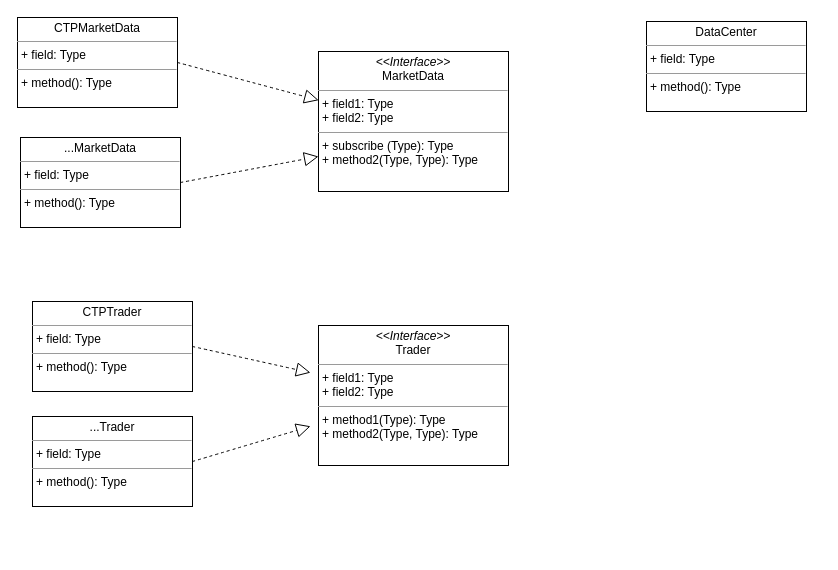
The draw.io diagram temp.drawio in githubLogger/ProjectDocument, before the edit. Source tidied: cells renumbered, new cells numbered last; positions are measured from the earlier drawing's top-left corner, leaving out a move shared by most shapes. Both pictures are drawn from the tidied source at 100%, with x=0, y=0 at pixel (17, 17).
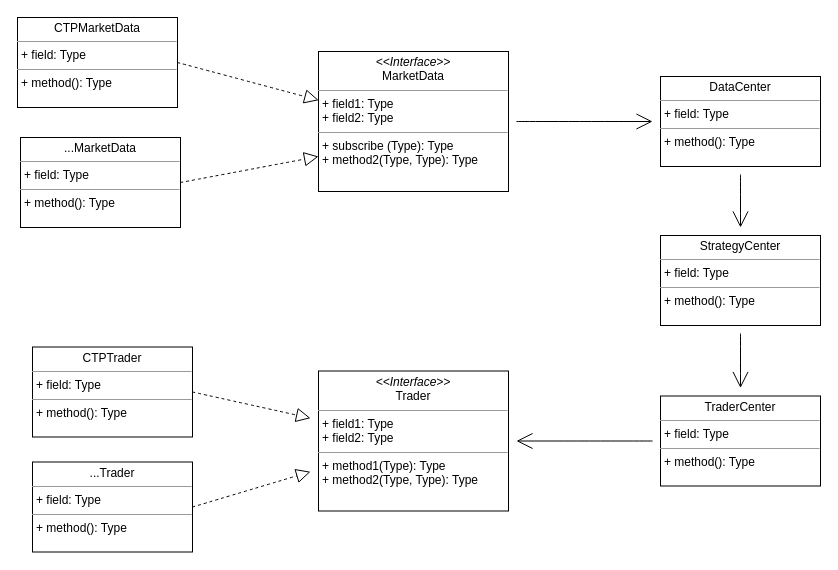
After the change.

What changed in the source:
```diff
@@
 <mxGraphModel>
   <root>
     <mxCell id="0" />
     <mxCell id="1" parent="0" />
+    <mxCell id="13" style="edgeStyle=none;curved=1;rounded=0;jettySize=auto;html=1;endArrow=open;startSize=14;endSize=14;sourcePerimeterSpacing=8;targetPerimeterSpacing=8;" parent="1" edge="1" source="2" target="5">
+      <mxGeometry relative="1" as="geometry" />
+    </mxCell>
     <mxCell id="2" value="&lt;p style=&quot;margin:0px;margin-top:4px;text-align:center;&quot;&gt;&lt;i&gt;&amp;lt;&amp;lt;Interface&amp;gt;&amp;gt;&lt;/i&gt;&lt;br&gt;MarketData&lt;/p&gt;&lt;hr size=&quot;1&quot;&gt;&lt;p style=&quot;margin:0px;margin-left:4px;&quot;&gt;+ field1: Type&lt;br&gt;+ field2: Type&lt;/p&gt;&lt;hr size=&quot;1&quot;&gt;&lt;p style=&quot;margin:0px;margin-left:4px;&quot;&gt;+ subscribe&amp;nbsp;(Type): Type&lt;br&gt;+ method2(Type, Type): Type&lt;/p&gt;" style="verticalAlign=top;align=left;overflow=fill;fontSize=12;fontFamily=Helvetica;html=1;hachureGap=4;" parent="1" vertex="1">
       <mxGeometry x="301" y="34" width="190" height="140" as="geometry" />
     </mxCell>
     <mxCell id="3" value="&lt;p style=&quot;margin:0px;margin-top:4px;text-align:center;&quot;&gt;CTPMarketData&lt;br&gt;&lt;/p&gt;&lt;hr size=&quot;1&quot;&gt;&lt;p style=&quot;margin:0px;margin-left:4px;&quot;&gt;+ field: Type&lt;/p&gt;&lt;hr size=&quot;1&quot;&gt;&lt;p style=&quot;margin:0px;margin-left:4px;&quot;&gt;+ method(): Type&lt;/p&gt;" style="verticalAlign=top;align=left;overflow=fill;fontSize=12;fontFamily=Helvetica;html=1;hachureGap=4;" parent="1" vertex="1">
       <mxGeometry width="160" height="90" as="geometry" />
     </mxCell>
     <mxCell id="4" value="&lt;p style=&quot;margin:0px;margin-top:4px;text-align:center;&quot;&gt;...MarketData&lt;br&gt;&lt;/p&gt;&lt;hr size=&quot;1&quot;&gt;&lt;p style=&quot;margin:0px;margin-left:4px;&quot;&gt;+ field: Type&lt;/p&gt;&lt;hr size=&quot;1&quot;&gt;&lt;p style=&quot;margin:0px;margin-left:4px;&quot;&gt;+ method(): Type&lt;/p&gt;" style="verticalAlign=top;align=left;overflow=fill;fontSize=12;fontFamily=Helvetica;html=1;hachureGap=4;" parent="1" vertex="1">
       <mxGeometry x="3" y="120" width="160" height="90" as="geometry" />
     </mxCell>
+    <mxCell id="14" style="edgeStyle=none;curved=1;rounded=0;jettySize=auto;html=1;endArrow=open;startSize=14;endSize=14;sourcePerimeterSpacing=8;targetPerimeterSpacing=8;" parent="1" edge="1" source="5" target="16">
+      <mxGeometry relative="1" as="geometry" />
+    </mxCell>
     <mxCell id="5" value="&lt;p style=&quot;margin:0px;margin-top:4px;text-align:center;&quot;&gt;DataCenter&lt;br&gt;&lt;/p&gt;&lt;hr size=&quot;1&quot;&gt;&lt;p style=&quot;margin:0px;margin-left:4px;&quot;&gt;+ field: Type&lt;/p&gt;&lt;hr size=&quot;1&quot;&gt;&lt;p style=&quot;margin:0px;margin-left:4px;&quot;&gt;+ method(): Type&lt;/p&gt;" style="verticalAlign=top;align=left;overflow=fill;fontSize=12;fontFamily=Helvetica;html=1;hachureGap=4;" parent="1" vertex="1">
-      <mxGeometry x="629" y="4" width="160" height="90" as="geometry" />
+      <mxGeometry x="643" y="59" width="160" height="90" as="geometry" />
     </mxCell>
     <mxCell id="6" value="&lt;p style=&quot;margin:0px;margin-top:4px;text-align:center;&quot;&gt;&lt;i&gt;&amp;lt;&amp;lt;Interface&amp;gt;&amp;gt;&lt;/i&gt;&lt;br&gt;Trader&lt;/p&gt;&lt;hr size=&quot;1&quot;&gt;&lt;p style=&quot;margin:0px;margin-left:4px;&quot;&gt;+ field1: Type&lt;br&gt;+ field2: Type&lt;/p&gt;&lt;hr size=&quot;1&quot;&gt;&lt;p style=&quot;margin:0px;margin-left:4px;&quot;&gt;+ method1(Type): Type&lt;br&gt;+ method2(Type, Type): Type&lt;/p&gt;" style="verticalAlign=top;align=left;overflow=fill;fontSize=12;fontFamily=Helvetica;html=1;hachureGap=4;" parent="1" vertex="1">
-      <mxGeometry x="301" y="308" width="190" height="140" as="geometry" />
+      <mxGeometry x="301" y="353.5" width="190" height="140" as="geometry" />
     </mxCell>
     <mxCell id="7" value="&lt;p style=&quot;margin:0px;margin-top:4px;text-align:center;&quot;&gt;CTPTrader&lt;/p&gt;&lt;hr size=&quot;1&quot;&gt;&lt;p style=&quot;margin:0px;margin-left:4px;&quot;&gt;+ field: Type&lt;/p&gt;&lt;hr size=&quot;1&quot;&gt;&lt;p style=&quot;margin:0px;margin-left:4px;&quot;&gt;+ method(): Type&lt;/p&gt;" style="verticalAlign=top;align=left;overflow=fill;fontSize=12;fontFamily=Helvetica;html=1;hachureGap=4;" parent="1" vertex="1">
-      <mxGeometry x="15" y="284" width="160" height="90" as="geometry" />
+      <mxGeometry x="15" y="329.5" width="160" height="90" as="geometry" />
     </mxCell>
     <mxCell id="8" value="&lt;p style=&quot;margin:0px;margin-top:4px;text-align:center;&quot;&gt;...Trader&lt;/p&gt;&lt;hr size=&quot;1&quot;&gt;&lt;p style=&quot;margin:0px;margin-left:4px;&quot;&gt;+ field: Type&lt;/p&gt;&lt;hr size=&quot;1&quot;&gt;&lt;p style=&quot;margin:0px;margin-left:4px;&quot;&gt;+ method(): Type&lt;/p&gt;" style="verticalAlign=top;align=left;overflow=fill;fontSize=12;fontFamily=Helvetica;html=1;hachureGap=4;" parent="1" vertex="1">
-      <mxGeometry x="15" y="399" width="160" height="90" as="geometry" />
+      <mxGeometry x="15" y="444.5" width="160" height="90" as="geometry" />
     </mxCell>
     <mxCell id="9" style="endArrow=block;dashed=1;endFill=0;endSize=12;html=1;rounded=0;sourcePerimeterSpacing=8;targetPerimeterSpacing=8;curved=1;exitX=1;exitY=0.5;exitDx=0;exitDy=0;entryX=0.001;entryY=0.348;entryDx=0;entryDy=0;entryPerimeter=0;" parent="1" edge="1" source="3" target="2">
       <mxGeometry relative="1" as="geometry" />
     </mxCell>
     <mxCell id="10" style="endArrow=block;dashed=1;endFill=0;endSize=12;html=1;rounded=0;sourcePerimeterSpacing=8;targetPerimeterSpacing=8;curved=1;exitX=1;exitY=0.5;exitDx=0;exitDy=0;entryX=0;entryY=0.75;entryDx=0;entryDy=0;" parent="1" edge="1" source="4" target="2">
       <mxGeometry relative="1" as="geometry" />
     </mxCell>
     <mxCell id="11" style="endArrow=block;dashed=1;endFill=0;endSize=12;html=1;rounded=0;sourcePerimeterSpacing=8;targetPerimeterSpacing=8;curved=1;exitX=1;exitY=0.5;exitDx=0;exitDy=0;" parent="1" edge="1" source="7" target="6">
       <mxGeometry relative="1" as="geometry" />
     </mxCell>
     <mxCell id="12" style="endArrow=block;dashed=1;endFill=0;endSize=12;html=1;rounded=0;sourcePerimeterSpacing=8;targetPerimeterSpacing=8;curved=1;exitX=1;exitY=0.5;exitDx=0;exitDy=0;" parent="1" edge="1" source="8" target="6">
       <mxGeometry relative="1" as="geometry" />
     </mxCell>
+    <mxCell id="15" style="edgeStyle=none;curved=1;rounded=0;jettySize=auto;html=1;endArrow=open;startSize=14;endSize=14;sourcePerimeterSpacing=8;targetPerimeterSpacing=8;" parent="1" edge="1" source="16" target="18">
+      <mxGeometry relative="1" as="geometry" />
+    </mxCell>
+    <mxCell id="16" value="&lt;p style=&quot;margin:0px;margin-top:4px;text-align:center;&quot;&gt;StrategyCenter&lt;br&gt;&lt;/p&gt;&lt;hr size=&quot;1&quot;&gt;&lt;p style=&quot;margin:0px;margin-left:4px;&quot;&gt;+ field: Type&lt;/p&gt;&lt;hr size=&quot;1&quot;&gt;&lt;p style=&quot;margin:0px;margin-left:4px;&quot;&gt;+ method(): Type&lt;/p&gt;" style="verticalAlign=top;align=left;overflow=fill;fontSize=12;fontFamily=Helvetica;html=1;hachureGap=4;" parent="1" vertex="1">
+      <mxGeometry x="643" y="218" width="160" height="90" as="geometry" />
+    </mxCell>
+    <mxCell id="17" style="edgeStyle=none;curved=1;rounded=0;jettySize=auto;html=1;endArrow=open;startSize=14;endSize=14;sourcePerimeterSpacing=8;targetPerimeterSpacing=8;" parent="1" edge="1" source="18" target="6">
+      <mxGeometry relative="1" as="geometry" />
+    </mxCell>
+    <mxCell id="18" value="&lt;p style=&quot;margin:0px;margin-top:4px;text-align:center;&quot;&gt;Trader&lt;span style=&quot;background-color: initial;&quot;&gt;Center&lt;/span&gt;&lt;/p&gt;&lt;hr size=&quot;1&quot;&gt;&lt;p style=&quot;margin:0px;margin-left:4px;&quot;&gt;+ field: Type&lt;/p&gt;&lt;hr size=&quot;1&quot;&gt;&lt;p style=&quot;margin:0px;margin-left:4px;&quot;&gt;+ method(): Type&lt;/p&gt;" style="verticalAlign=top;align=left;overflow=fill;fontSize=12;fontFamily=Helvetica;html=1;hachureGap=4;" parent="1" vertex="1">
+      <mxGeometry x="643" y="378.5" width="160" height="90" as="geometry" />
+    </mxCell>
   </root>
 </mxGraphModel>
```
